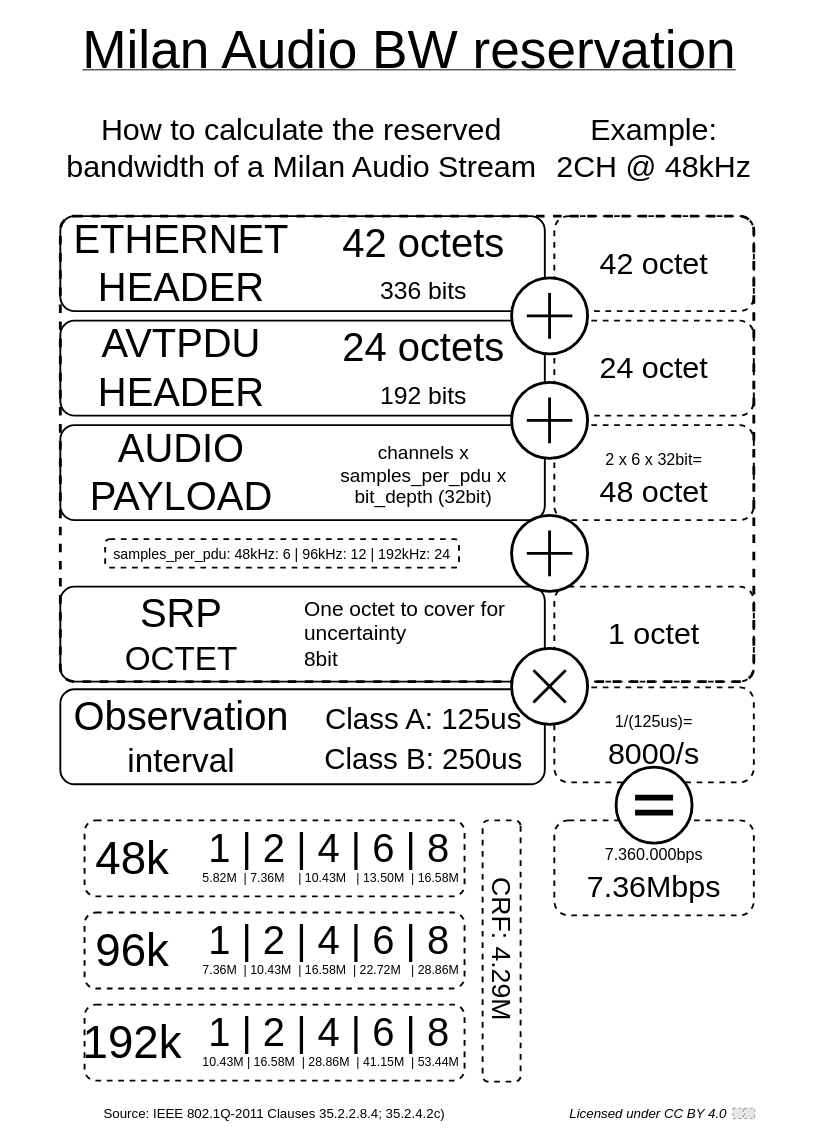
Earlier version of the draw.io diagram page "AVTP" (1 of 2) of msrp_details.drawio (avb-academy/msrp_milan_cheat_sheet). Source tidied: cells renumbered, new cells numbered last; positions are measured from the earlier drawing's top-left corner, leaving out a move shared by most shapes. Both pictures are drawn from the tidied source at 95%, with x=0, y=0 at pixel (16, 16). Pictures stored in the file or linked from it are replaced by grey dashed boxes.
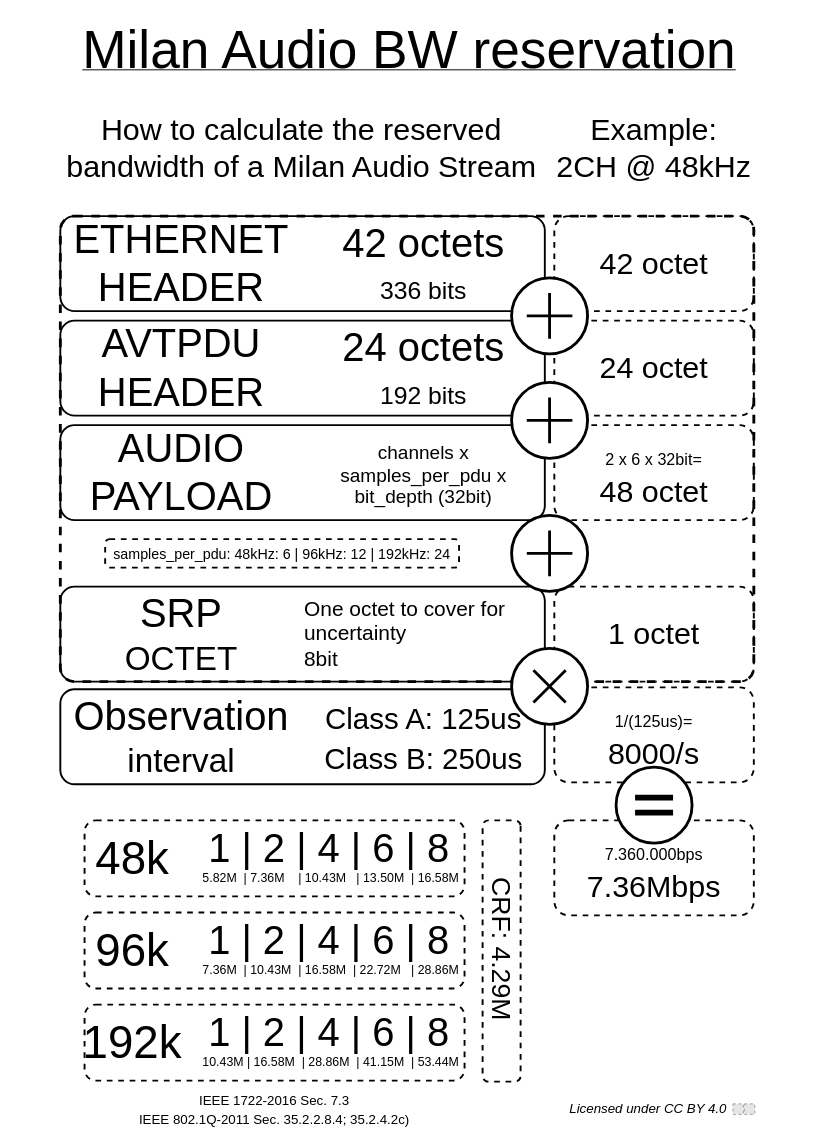
Above is the later version.

Change to the diagram source:
```diff
@@
-    <mxCell id="2" value="&lt;font style=&quot;font-size: 14px;&quot;&gt;Source: IEEE 802.1Q-2011 Clauses 35.2.2.8.4; 35.2.4.2c)&lt;/font&gt;" style="text;html=1;strokeColor=none;fillColor=none;align=center;verticalAlign=middle;whiteSpace=wrap;rounded=0;dashed=1;fontSize=16;" parent="1" vertex="1">
-      <mxGeometry x="65" y="1139" width="413" height="30" as="geometry" />
+    <mxCell id="2" value="&lt;div&gt;&lt;font style=&quot;font-size: 14px;&quot;&gt;IEEE 1722-2016 Sec. 7.3&lt;br&gt;&lt;/font&gt;&lt;/div&gt;&lt;font style=&quot;font-size: 14px;&quot;&gt;IEEE 802.1Q-2011 Sec. 35.2.2.8.4; 35.2.4.2c)&lt;br&gt;&lt;/font&gt;" style="text;html=1;strokeColor=none;fillColor=none;align=center;verticalAlign=middle;whiteSpace=wrap;rounded=0;dashed=1;fontSize=16;" parent="1" vertex="1">
+      <mxGeometry x="65" y="1135" width="413" height="30" as="geometry" />
     </mxCell>
@@
     <mxCell id="61" style="group;" parent="1" vertex="1">
-      <mxGeometry x="575" y="1139.5" width="201" height="30" as="geometry" />
+      <mxGeometry x="575" y="1135" width="201" height="30" as="geometry" />
     </mxCell>
```
